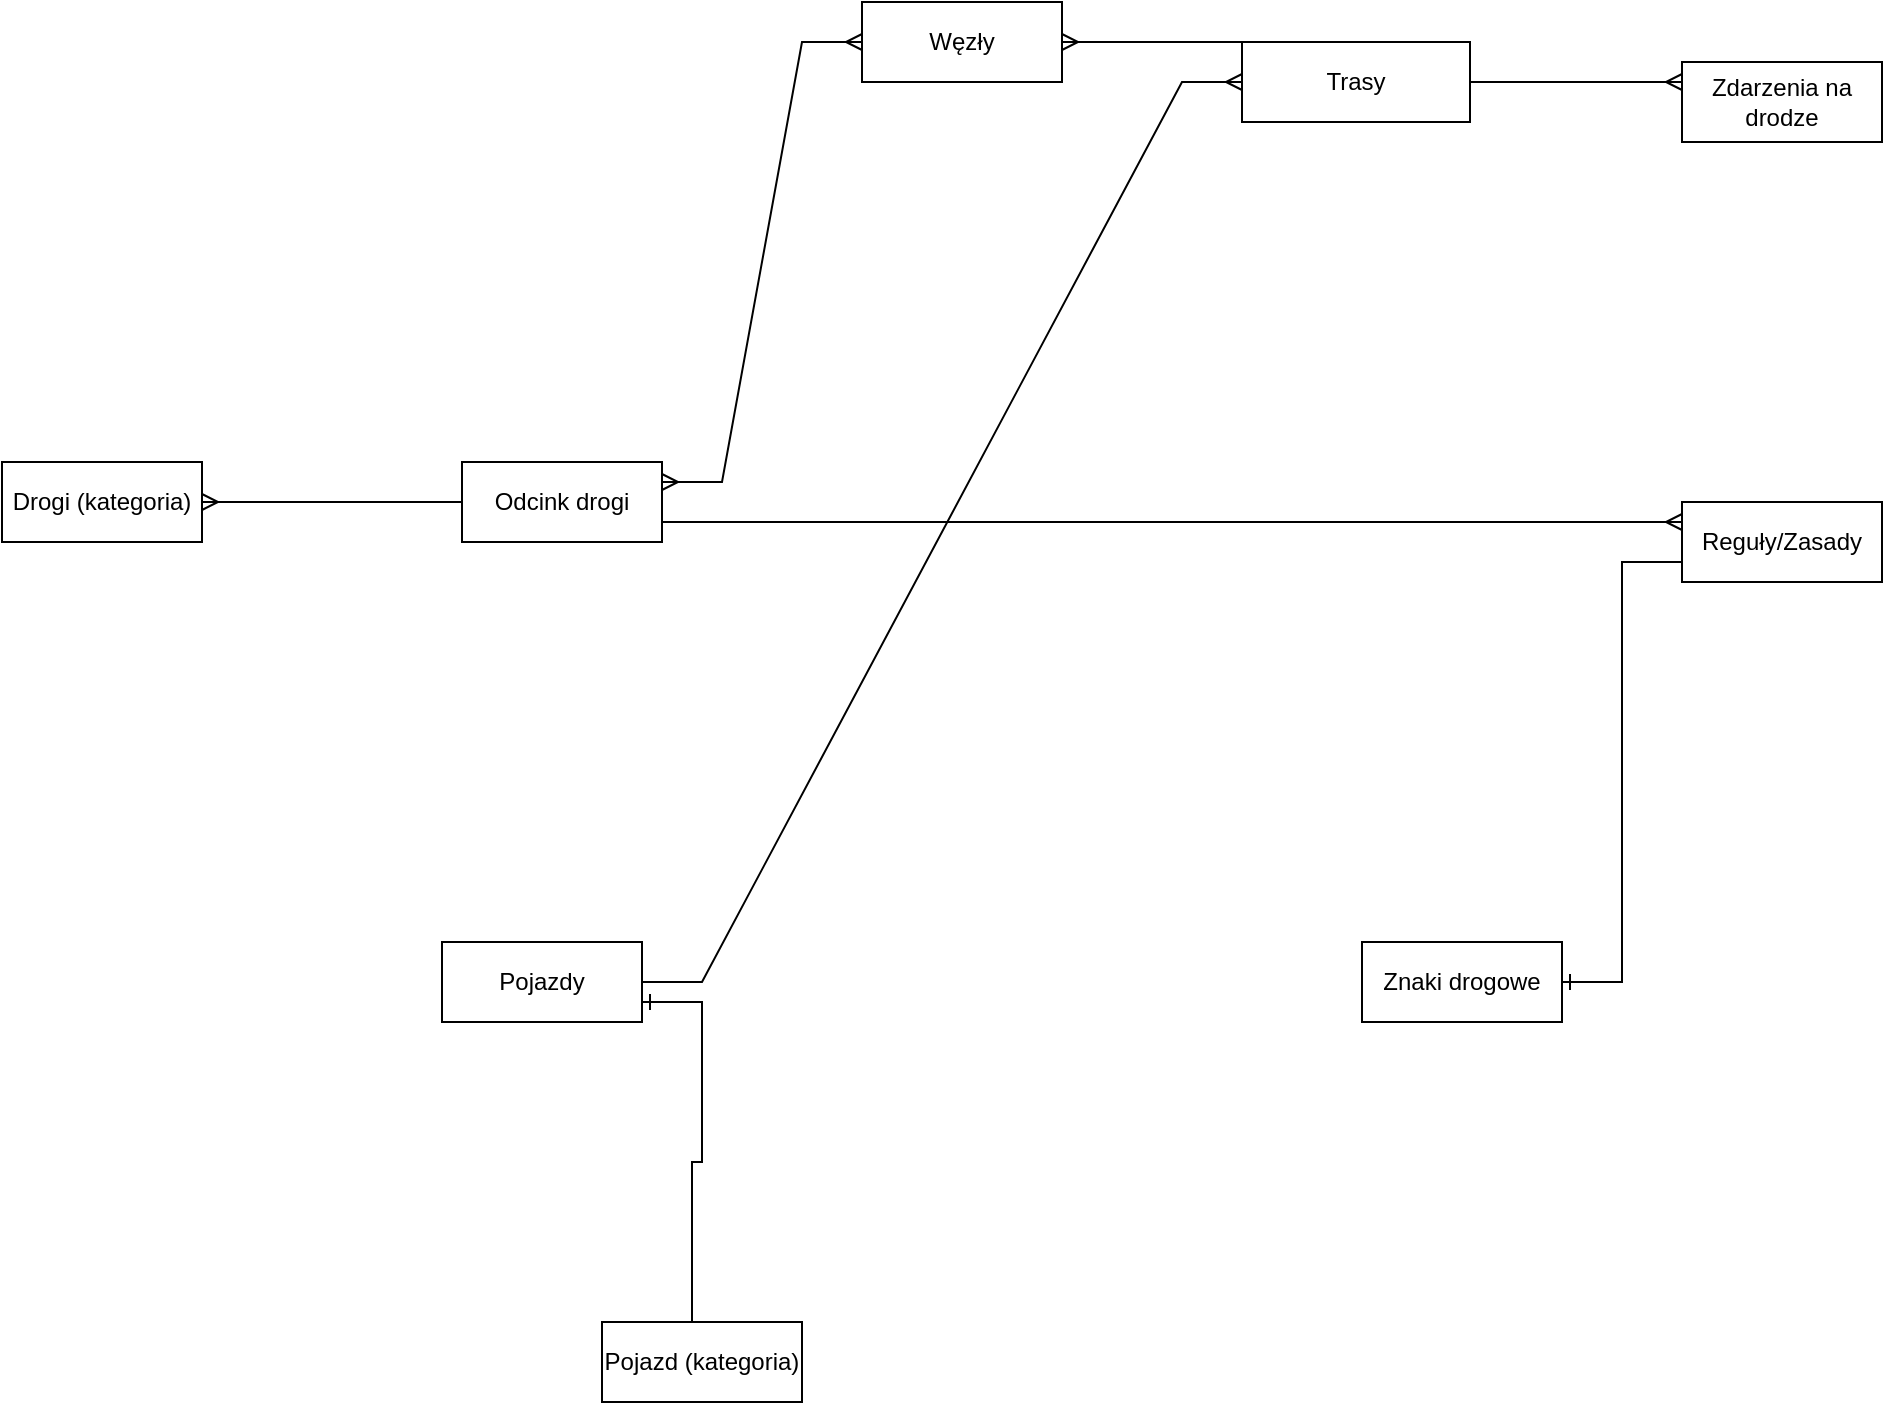
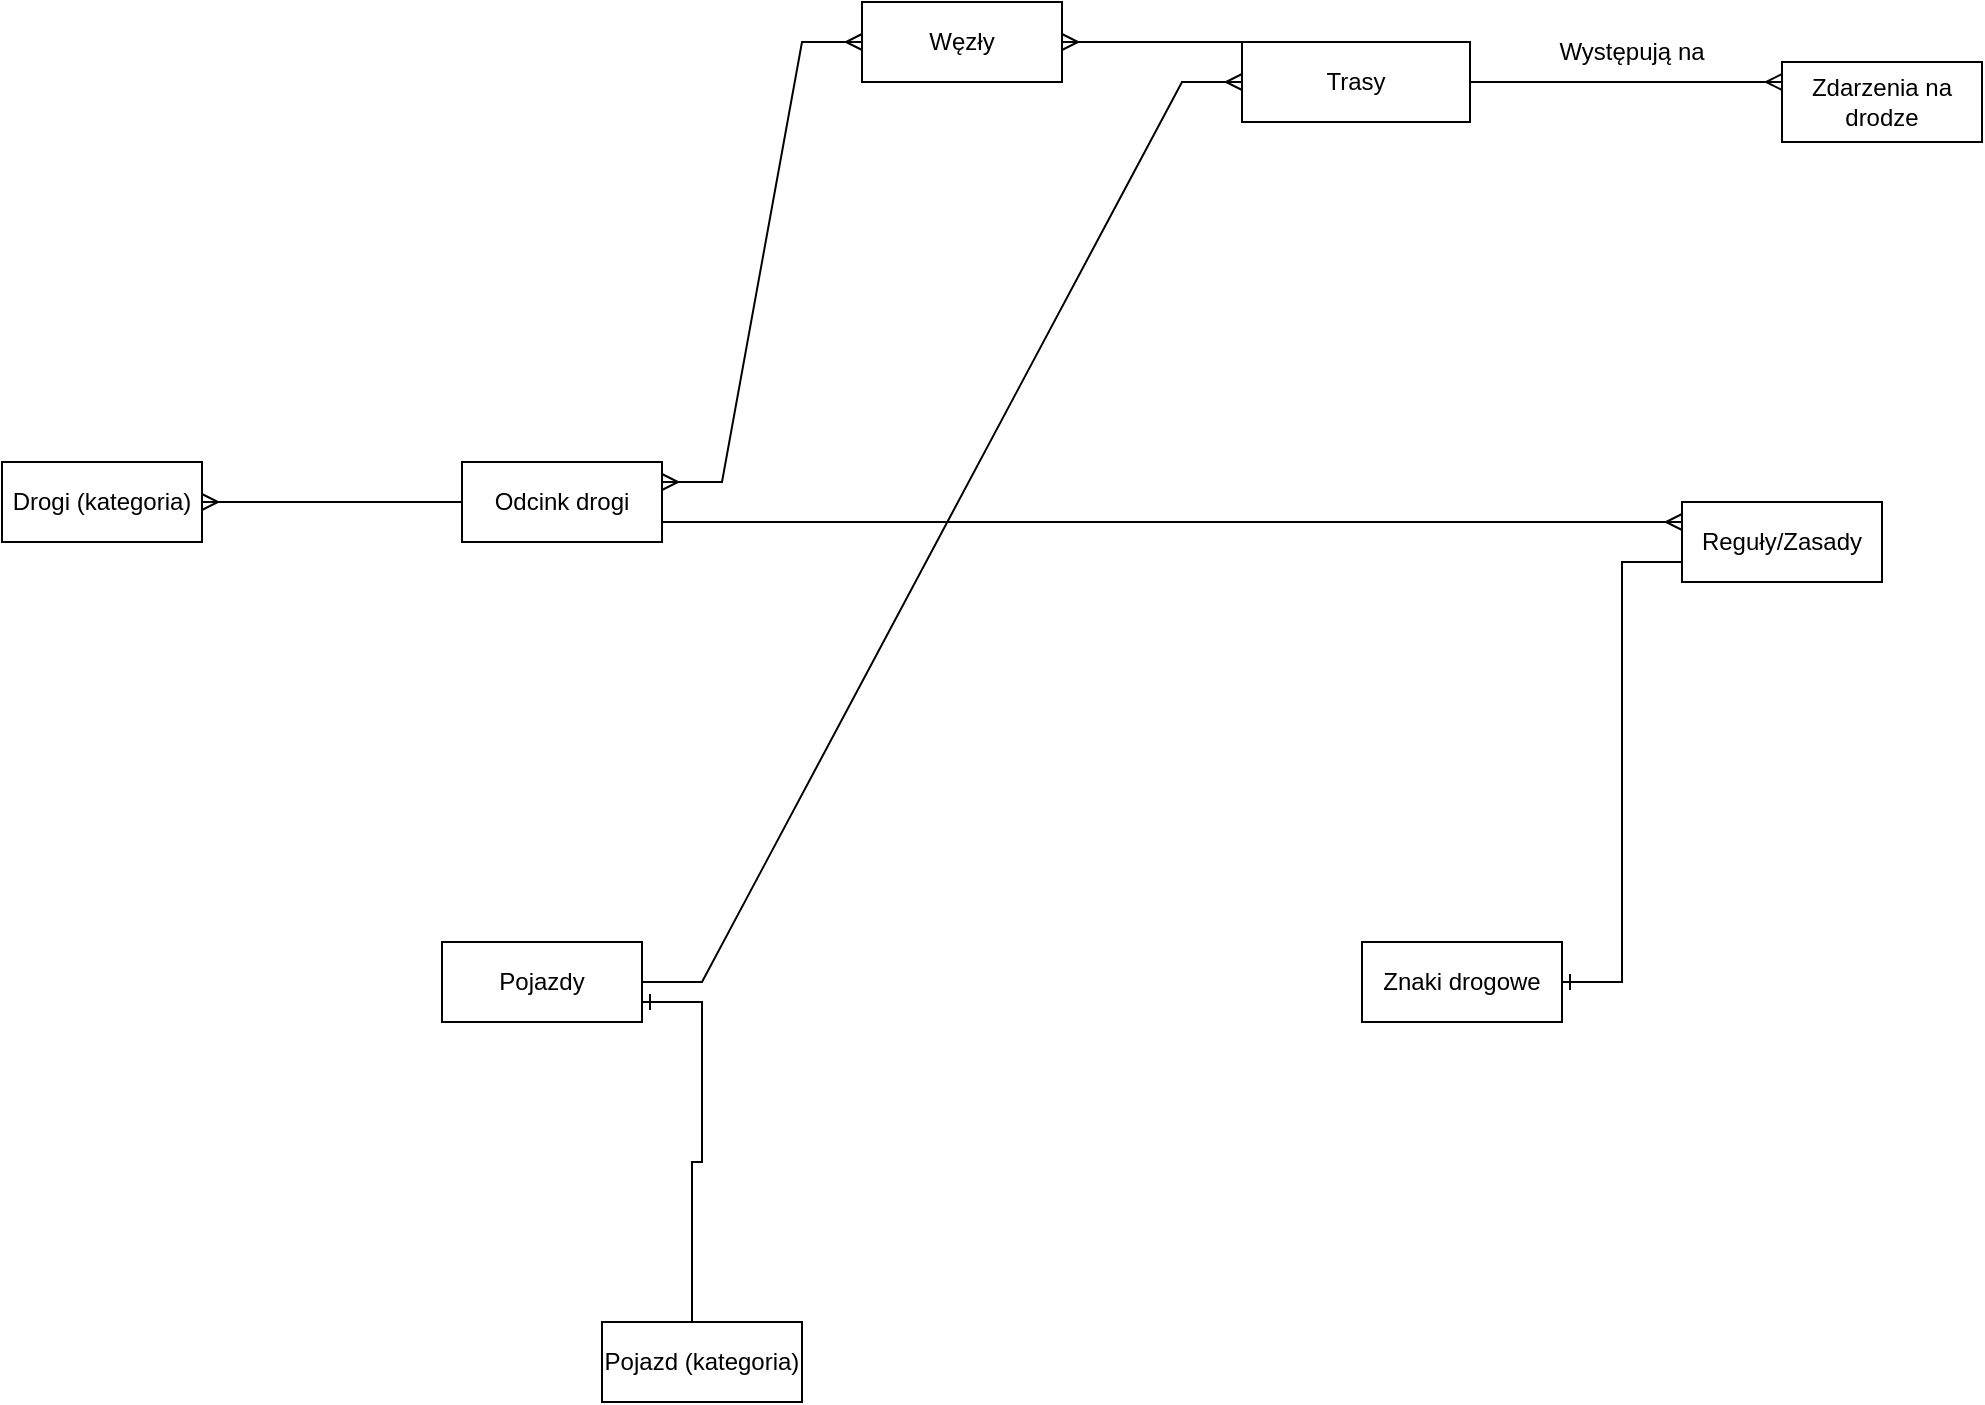
<mxfile host="app.diagrams.net">
  <diagram name="Strona-1" id="Ac67KLS7BCgQroge1M1Z">
    <mxGraphModel dx="2241" dy="787" grid="1" gridSize="10" guides="1" tooltips="1" connect="1" arrows="1" fold="1" page="1" pageScale="1" pageWidth="827" pageHeight="1169" math="0" shadow="0">
      <root>
        <mxCell id="0" />
        <mxCell id="1" parent="0" />
        <mxCell id="hXZus79lLZIJ3kafm3WL-1" parent="1" style="whiteSpace=wrap;html=1;align=center;" value="Węzły" vertex="1">
          <mxGeometry height="40" width="100" x="270" y="40" as="geometry" />
        </mxCell>
        <mxCell id="hXZus79lLZIJ3kafm3WL-2" parent="1" style="whiteSpace=wrap;html=1;align=center;" value="Odcink drogi" vertex="1">
          <mxGeometry height="40" width="100" x="70" y="270" as="geometry" />
        </mxCell>
        <mxCell id="hXZus79lLZIJ3kafm3WL-3" parent="1" style="whiteSpace=wrap;html=1;align=center;" value="Drogi (kategoria)" vertex="1">
          <mxGeometry height="40" width="100" x="-160" y="270" as="geometry" />
        </mxCell>
        <mxCell id="hXZus79lLZIJ3kafm3WL-4" parent="1" style="whiteSpace=wrap;html=1;align=center;" value="Trasy" vertex="1">
          <mxGeometry height="40" width="114" x="460" y="60" as="geometry" />
        </mxCell>
        <mxCell id="hXZus79lLZIJ3kafm3WL-5" parent="1" style="whiteSpace=wrap;html=1;align=center;" value="Pojazdy" vertex="1">
          <mxGeometry height="40" width="100" x="60" y="510" as="geometry" />
        </mxCell>
        <mxCell id="hXZus79lLZIJ3kafm3WL-6" parent="1" style="whiteSpace=wrap;html=1;align=center;" value="Pojazd (kategoria)" vertex="1">
          <mxGeometry height="40" width="100" x="140" y="700" as="geometry" />
        </mxCell>
        <mxCell id="hXZus79lLZIJ3kafm3WL-7" parent="1" style="whiteSpace=wrap;html=1;align=center;" value="Znaki drogowe" vertex="1">
          <mxGeometry height="40" width="100" x="520" y="510" as="geometry" />
        </mxCell>
        <mxCell id="hXZus79lLZIJ3kafm3WL-8" parent="1" style="whiteSpace=wrap;html=1;align=center;" value="Reguły/Zasady" vertex="1">
          <mxGeometry height="40" width="100" x="680" y="290" as="geometry" />
        </mxCell>
        <mxCell id="hXZus79lLZIJ3kafm3WL-9" parent="1" style="whiteSpace=wrap;html=1;align=center;" value="Zdarzenia na drodze" vertex="1">
-           <mxGeometry height="40" width="100" x="680" y="70" as="geometry" />
+           <mxGeometry height="40" width="100" x="730" y="70" as="geometry" />
        </mxCell>
        <mxCell id="hXZus79lLZIJ3kafm3WL-15" edge="1" parent="1" source="hXZus79lLZIJ3kafm3WL-2" style="edgeStyle=entityRelationEdgeStyle;fontSize=12;html=1;endArrow=ERmany;rounded=0;entryX=1;entryY=0.5;entryDx=0;entryDy=0;exitX=0;exitY=0.5;exitDx=0;exitDy=0;" target="hXZus79lLZIJ3kafm3WL-3" value="">
          <mxGeometry height="100" relative="1" width="100" as="geometry">
            <mxPoint x="130" y="460" as="sourcePoint" />
            <mxPoint x="230" y="360" as="targetPoint" />
          </mxGeometry>
        </mxCell>
        <mxCell id="hXZus79lLZIJ3kafm3WL-16" edge="1" parent="1" source="hXZus79lLZIJ3kafm3WL-5" style="edgeStyle=entityRelationEdgeStyle;fontSize=12;html=1;endArrow=ERmany;rounded=0;exitX=1;exitY=0.5;exitDx=0;exitDy=0;entryX=0;entryY=0.5;entryDx=0;entryDy=0;" target="hXZus79lLZIJ3kafm3WL-4" value="">
          <mxGeometry height="100" relative="1" width="100" as="geometry">
            <mxPoint x="290" y="270" as="sourcePoint" />
            <mxPoint x="390" y="170" as="targetPoint" />
          </mxGeometry>
        </mxCell>
        <mxCell id="hXZus79lLZIJ3kafm3WL-17" edge="1" parent="1" source="hXZus79lLZIJ3kafm3WL-2" style="edgeStyle=entityRelationEdgeStyle;fontSize=12;html=1;endArrow=ERmany;startArrow=ERmany;rounded=0;exitX=1;exitY=0.25;exitDx=0;exitDy=0;entryX=0;entryY=0.5;entryDx=0;entryDy=0;" target="hXZus79lLZIJ3kafm3WL-1" value="">
          <mxGeometry height="100" relative="1" width="100" as="geometry">
            <mxPoint x="304" y="200" as="sourcePoint" />
            <mxPoint x="170" y="130" as="targetPoint" />
          </mxGeometry>
        </mxCell>
        <mxCell id="hXZus79lLZIJ3kafm3WL-18" edge="1" parent="1" source="hXZus79lLZIJ3kafm3WL-4" style="edgeStyle=entityRelationEdgeStyle;fontSize=12;html=1;endArrow=ERmany;rounded=0;entryX=1;entryY=0.5;entryDx=0;entryDy=0;exitX=0;exitY=0;exitDx=0;exitDy=0;" target="hXZus79lLZIJ3kafm3WL-1" value="">
          <mxGeometry height="100" relative="1" width="100" as="geometry">
            <mxPoint x="240" y="450" as="sourcePoint" />
            <mxPoint x="340" y="350" as="targetPoint" />
          </mxGeometry>
        </mxCell>
        <mxCell id="hXZus79lLZIJ3kafm3WL-19" edge="1" parent="1" source="hXZus79lLZIJ3kafm3WL-4" style="edgeStyle=entityRelationEdgeStyle;fontSize=12;html=1;endArrow=ERmany;rounded=0;exitX=1;exitY=0.5;exitDx=0;exitDy=0;entryX=0;entryY=0.25;entryDx=0;entryDy=0;" target="hXZus79lLZIJ3kafm3WL-9" value="">
          <mxGeometry height="100" relative="1" width="100" as="geometry">
            <mxPoint x="550" y="340" as="sourcePoint" />
            <mxPoint x="650" y="240" as="targetPoint" />
          </mxGeometry>
        </mxCell>
        <mxCell id="hXZus79lLZIJ3kafm3WL-21" edge="1" parent="1" source="hXZus79lLZIJ3kafm3WL-2" style="edgeStyle=entityRelationEdgeStyle;fontSize=12;html=1;endArrow=ERmany;rounded=0;exitX=1;exitY=0.75;exitDx=0;exitDy=0;entryX=0;entryY=0.25;entryDx=0;entryDy=0;" target="hXZus79lLZIJ3kafm3WL-8" value="">
          <mxGeometry height="100" relative="1" width="100" as="geometry">
            <mxPoint x="390" y="220" as="sourcePoint" />
            <mxPoint x="480" y="290" as="targetPoint" />
          </mxGeometry>
        </mxCell>
        <mxCell id="hXZus79lLZIJ3kafm3WL-23" edge="1" parent="1" source="hXZus79lLZIJ3kafm3WL-6" style="edgeStyle=entityRelationEdgeStyle;fontSize=12;html=1;endArrow=ERone;endFill=1;rounded=0;entryX=1;entryY=0.75;entryDx=0;entryDy=0;exitX=0.75;exitY=0;exitDx=0;exitDy=0;" target="hXZus79lLZIJ3kafm3WL-5" value="">
          <mxGeometry height="100" relative="1" width="100" as="geometry">
            <mxPoint x="350" y="560" as="sourcePoint" />
            <mxPoint x="450" y="460" as="targetPoint" />
          </mxGeometry>
        </mxCell>
        <mxCell id="hXZus79lLZIJ3kafm3WL-24" edge="1" parent="1" source="hXZus79lLZIJ3kafm3WL-8" style="edgeStyle=entityRelationEdgeStyle;fontSize=12;html=1;endArrow=ERone;endFill=1;rounded=0;entryX=1;entryY=0.5;entryDx=0;entryDy=0;exitX=0;exitY=0.75;exitDx=0;exitDy=0;" target="hXZus79lLZIJ3kafm3WL-7" value="">
          <mxGeometry height="100" relative="1" width="100" as="geometry">
            <mxPoint x="520" y="370" as="sourcePoint" />
            <mxPoint x="520" y="540" as="targetPoint" />
          </mxGeometry>
        </mxCell>
+         <mxCell id="1s_SAfb_5N3zRVA8lNIW-2" parent="1" style="text;html=1;whiteSpace=wrap;strokeColor=none;fillColor=none;align=center;verticalAlign=middle;rounded=0;" value="Występują na" vertex="1">
+           <mxGeometry height="30" width="110" x="600" y="50" as="geometry" />
+         </mxCell>
      </root>
    </mxGraphModel>
  </diagram>
</mxfile>
